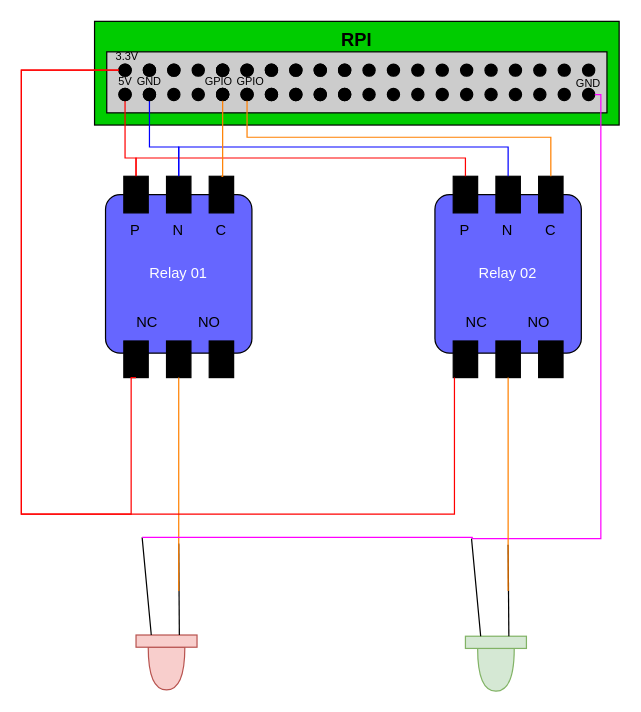
The draw.io diagram Définition Projet/Schema_relay.drawio in AdamOmv/LPIOTIA2023_ResilienceEnergy, before the edit. Source tidied: cells renumbered, new cells numbered last; positions are measured from the earlier drawing's top-left corner, leaving out a move shared by most shapes. Both pictures are drawn from the tidied source at 122%, with x=0, y=0 at pixel (21, 21).
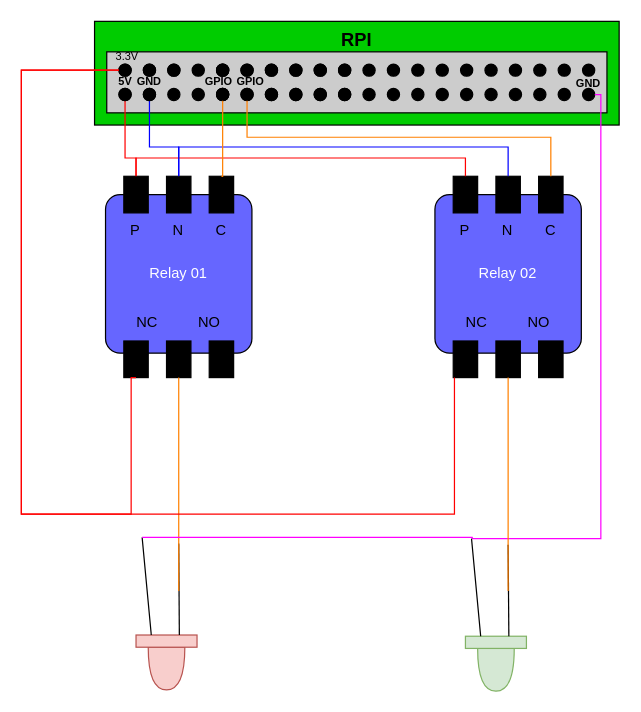
The same diagram, later.

The edit, as a diff of the source:
```diff
@@
-    <mxCell id="107" value="&lt;font color=&quot;#000000&quot; style=&quot;font-size: 9px;&quot;&gt;5V&lt;/font&gt;" style="text;html=1;strokeColor=none;fillColor=none;align=center;verticalAlign=middle;whiteSpace=wrap;rounded=0;fontColor=#FFFFFF;" parent="1" vertex="1">
+    <mxCell id="107" value="&lt;font color=&quot;#000000&quot; style=&quot;font-size: 9px;&quot;&gt;&lt;b&gt;5V&lt;/b&gt;&lt;/font&gt;" style="text;html=1;strokeColor=none;fillColor=none;align=center;verticalAlign=middle;whiteSpace=wrap;rounded=0;fontColor=#FFFFFF;" parent="1" vertex="1">
       <mxGeometry x="75.5" y="41" width="19" height="15" as="geometry" />
     </mxCell>
-    <mxCell id="108" value="&lt;font color=&quot;#000000&quot; style=&quot;font-size: 9px;&quot;&gt;GND&lt;/font&gt;" style="text;html=1;strokeColor=none;fillColor=none;align=center;verticalAlign=middle;whiteSpace=wrap;rounded=0;fontColor=#FFFFFF;" parent="1" vertex="1">
+    <mxCell id="108" value="&lt;font color=&quot;#000000&quot; style=&quot;font-size: 9px;&quot;&gt;&lt;b&gt;GND&lt;/b&gt;&lt;/font&gt;" style="text;html=1;strokeColor=none;fillColor=none;align=center;verticalAlign=middle;whiteSpace=wrap;rounded=0;fontColor=#FFFFFF;" parent="1" vertex="1">
       <mxGeometry x="93" y="43" width="24" height="11" as="geometry" />
     </mxCell>
-    <mxCell id="109" value="&lt;font color=&quot;#000000&quot; style=&quot;font-size: 9px;&quot;&gt;GPIO&lt;/font&gt;" style="text;html=1;strokeColor=none;fillColor=none;align=center;verticalAlign=middle;whiteSpace=wrap;rounded=0;fontColor=#FFFFFF;" parent="1" vertex="1">
+    <mxCell id="109" value="&lt;font color=&quot;#000000&quot; style=&quot;font-size: 9px;&quot;&gt;&lt;b&gt;GPIO&lt;/b&gt;&lt;/font&gt;" style="text;html=1;strokeColor=none;fillColor=none;align=center;verticalAlign=middle;whiteSpace=wrap;rounded=0;fontColor=#FFFFFF;" parent="1" vertex="1">
       <mxGeometry x="150" y="43.5" width="24" height="11" as="geometry" />
     </mxCell>
-    <mxCell id="110" value="&lt;font color=&quot;#000000&quot; style=&quot;font-size: 9px;&quot;&gt;GPIO&lt;/font&gt;" style="text;html=1;strokeColor=none;fillColor=none;align=center;verticalAlign=middle;whiteSpace=wrap;rounded=0;fontColor=#FFFFFF;" parent="1" vertex="1">
+    <mxCell id="110" value="&lt;font color=&quot;#000000&quot; style=&quot;font-size: 9px;&quot;&gt;&lt;b&gt;GPIO&lt;/b&gt;&lt;/font&gt;" style="text;html=1;strokeColor=none;fillColor=none;align=center;verticalAlign=middle;whiteSpace=wrap;rounded=0;fontColor=#FFFFFF;" parent="1" vertex="1">
       <mxGeometry x="176" y="43.5" width="24" height="11" as="geometry" />
     </mxCell>
@@
-    <mxCell id="112" value="&lt;font color=&quot;#000000&quot; style=&quot;font-size: 9px;&quot;&gt;GND&lt;/font&gt;" style="text;html=1;strokeColor=none;fillColor=none;align=center;verticalAlign=middle;whiteSpace=wrap;rounded=0;fontColor=#FFFFFF;" parent="1" vertex="1">
-      <mxGeometry x="453" y="44.5" width="24" height="11" as="geometry" />
+    <mxCell id="112" value="&lt;font color=&quot;#000000&quot; style=&quot;font-size: 9px;&quot;&gt;&lt;b&gt;GND&lt;/b&gt;&lt;/font&gt;" style="text;html=1;strokeColor=none;fillColor=none;align=center;verticalAlign=middle;whiteSpace=wrap;rounded=0;fontColor=#FFFFFF;" parent="1" vertex="1">
+      <mxGeometry x="453" y="42" width="24" height="16.5" as="geometry" />
     </mxCell>
```
